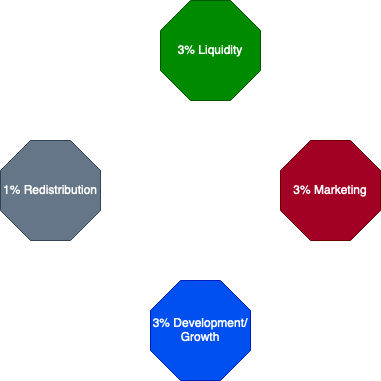
Above: image/MomoAirbender Tokenomics.png in DevNifemi/momo-airbender (draw.io), before the change. Source tidied: cells renumbered, new cells last; positions are measured from the earlier drawing's top-left corner, leaving out a move shared by most shapes. Source of this version:
```xml
<mxGraphModel>
  <root>
    <mxCell id="0" />
    <mxCell id="1" parent="0" />
    <mxCell id="2" value="3% Liquidity" style="whiteSpace=wrap;html=1;shape=mxgraph.basic.octagon2;align=center;verticalAlign=middle;dx=15;fillColor=#008a00;strokeColor=#005700;fontColor=#ffffff;" parent="1" vertex="1">
      <mxGeometry x="160" width="100" height="100" as="geometry" />
    </mxCell>
    <mxCell id="3" value="3% Marketing" style="whiteSpace=wrap;html=1;shape=mxgraph.basic.octagon2;align=center;verticalAlign=middle;dx=15;fillColor=#a20025;fontColor=#ffffff;strokeColor=#6F0000;" parent="1" vertex="1">
      <mxGeometry x="280" y="140" width="100" height="100" as="geometry" />
    </mxCell>
    <mxCell id="4" value="3% Development/ Growth" style="whiteSpace=wrap;html=1;shape=mxgraph.basic.octagon2;align=center;verticalAlign=middle;dx=15;fillColor=#0050ef;fontColor=#ffffff;strokeColor=#001DBC;" parent="1" vertex="1">
      <mxGeometry x="150" y="280" width="100" height="100" as="geometry" />
    </mxCell>
    <mxCell id="5" value="1% Redistribution" style="whiteSpace=wrap;html=1;shape=mxgraph.basic.octagon2;align=center;verticalAlign=middle;dx=15;fillColor=#647687;fontColor=#ffffff;strokeColor=#314354;" parent="1" vertex="1">
      <mxGeometry y="140" width="100" height="100" as="geometry" />
    </mxCell>
  </root>
</mxGraphModel>
```
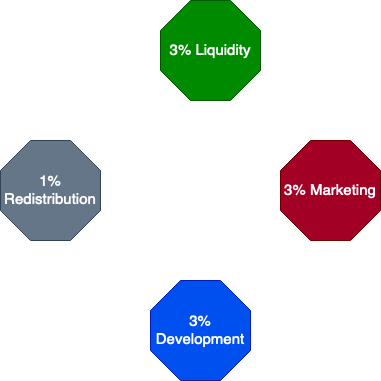
Above is the later version.

Diff of the diagram source:
```diff
@@ -2,16 +2,16 @@
   <root>
     <mxCell id="0" />
     <mxCell id="1" parent="0" />
-    <mxCell id="2" value="3% Liquidity" style="whiteSpace=wrap;html=1;shape=mxgraph.basic.octagon2;align=center;verticalAlign=middle;dx=15;fillColor=#008a00;strokeColor=#005700;fontColor=#ffffff;" parent="1" vertex="1">
+    <mxCell id="2" value="&lt;font style=&quot;font-size: 15px&quot;&gt;3% Liquidity&lt;/font&gt;" style="whiteSpace=wrap;html=1;shape=mxgraph.basic.octagon2;align=center;verticalAlign=middle;dx=15;fillColor=#008a00;strokeColor=#005700;fontColor=#ffffff;" parent="1" vertex="1">
       <mxGeometry x="160" width="100" height="100" as="geometry" />
     </mxCell>
-    <mxCell id="3" value="3% Marketing" style="whiteSpace=wrap;html=1;shape=mxgraph.basic.octagon2;align=center;verticalAlign=middle;dx=15;fillColor=#a20025;fontColor=#ffffff;strokeColor=#6F0000;" parent="1" vertex="1">
+    <mxCell id="3" value="&lt;font style=&quot;font-size: 15px&quot;&gt;3% Marketing&lt;/font&gt;" style="whiteSpace=wrap;html=1;shape=mxgraph.basic.octagon2;align=center;verticalAlign=middle;dx=15;fillColor=#a20025;fontColor=#ffffff;strokeColor=#6F0000;" parent="1" vertex="1">
       <mxGeometry x="280" y="140" width="100" height="100" as="geometry" />
     </mxCell>
-    <mxCell id="4" value="3% Development/ Growth" style="whiteSpace=wrap;html=1;shape=mxgraph.basic.octagon2;align=center;verticalAlign=middle;dx=15;fillColor=#0050ef;fontColor=#ffffff;strokeColor=#001DBC;" parent="1" vertex="1">
+    <mxCell id="4" value="&lt;font style=&quot;font-size: 15px&quot;&gt;3% Development&lt;br&gt;&lt;/font&gt;" style="whiteSpace=wrap;html=1;shape=mxgraph.basic.octagon2;align=center;verticalAlign=middle;dx=15;fillColor=#0050ef;fontColor=#ffffff;strokeColor=#001DBC;" parent="1" vertex="1">
       <mxGeometry x="150" y="280" width="100" height="100" as="geometry" />
     </mxCell>
-    <mxCell id="5" value="1% Redistribution" style="whiteSpace=wrap;html=1;shape=mxgraph.basic.octagon2;align=center;verticalAlign=middle;dx=15;fillColor=#647687;fontColor=#ffffff;strokeColor=#314354;" parent="1" vertex="1">
+    <mxCell id="5" value="&lt;font style=&quot;font-size: 15px&quot;&gt;1% Redistribution&lt;/font&gt;" style="whiteSpace=wrap;html=1;shape=mxgraph.basic.octagon2;align=center;verticalAlign=middle;dx=15;fillColor=#647687;fontColor=#ffffff;strokeColor=#314354;" parent="1" vertex="1">
       <mxGeometry y="140" width="100" height="100" as="geometry" />
     </mxCell>
   </root>
```
